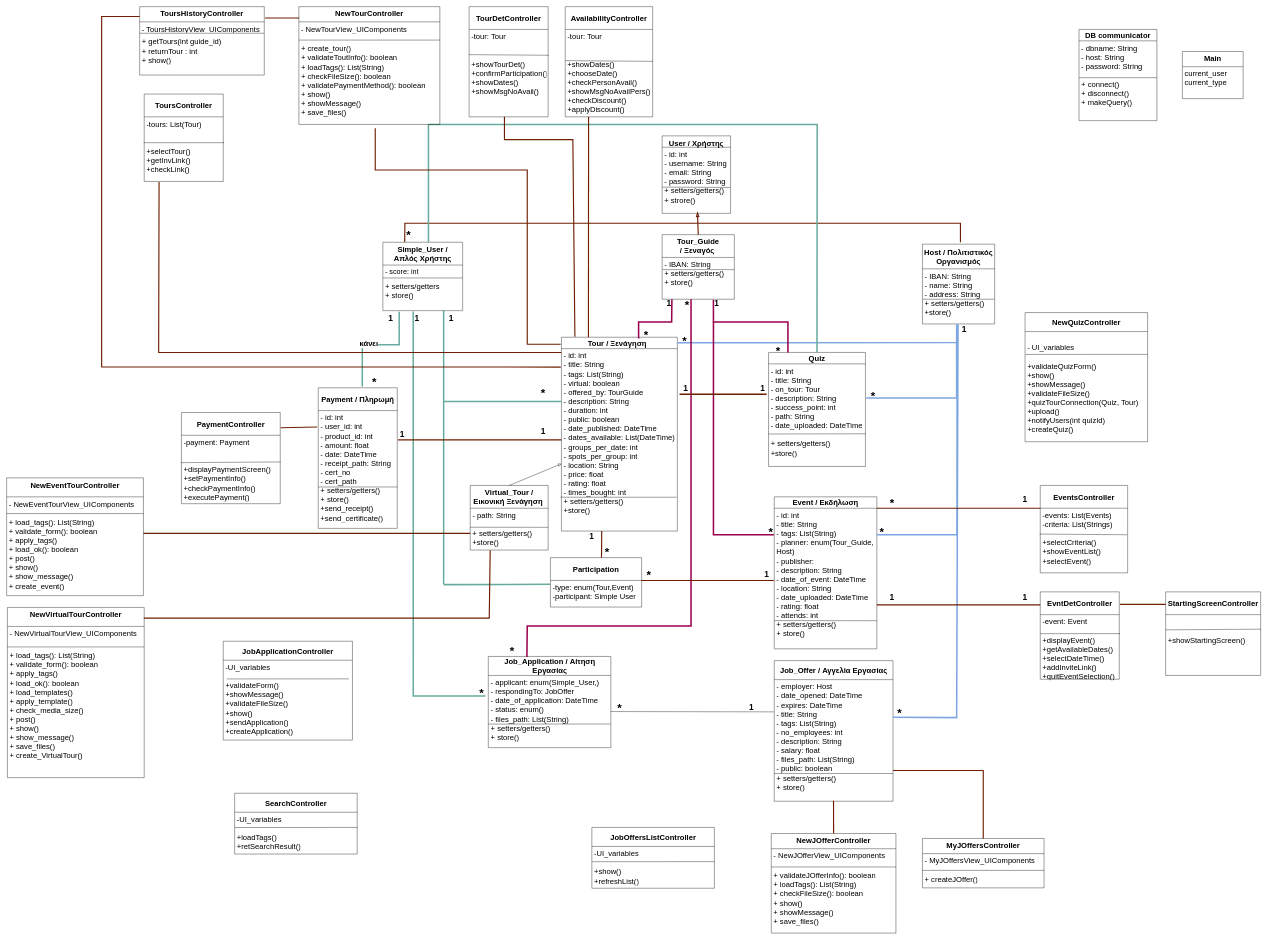
Above: Phase-4/TempFiles/Diagrams/Domain-Model-v0.3_final.drawio in sfikastheo/CEID-SoftwareEngineering-2023 (draw.io), before the change. Source tidied: cells renumbered, new cells numbered last; positions are measured from the earlier drawing's top-left corner, leaving out a move shared by most shapes. Both pictures are drawn from the tidied source at 38%, with x=0, y=0 at pixel (6, 6).
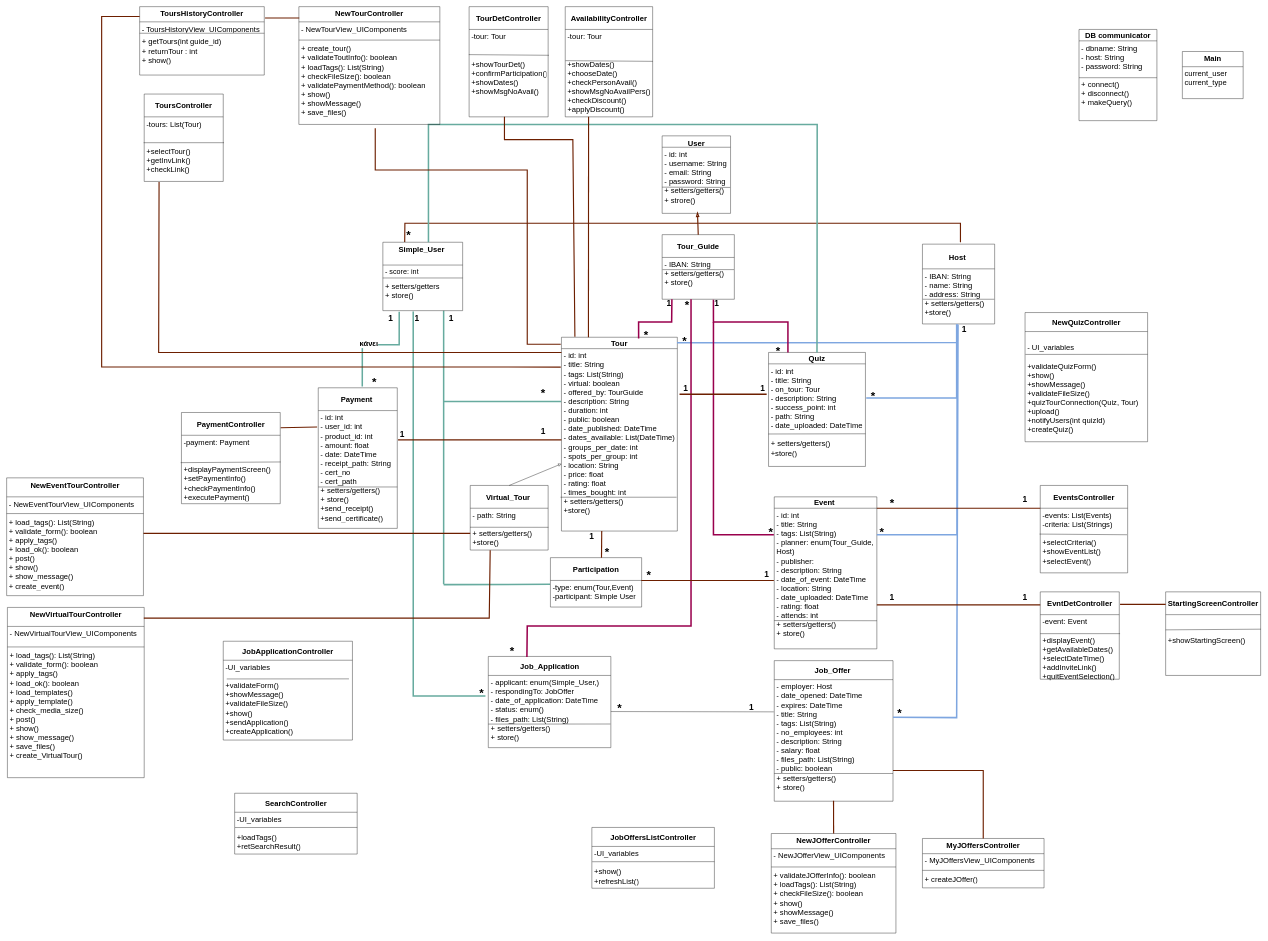
After the change.

Commit message (it also covers changes not shown here):
updated domain-model-v0.3-final

The edit, as a diff of the source:
```diff
@@
-    <mxCell id="3" value="User / Χρήστης" style="swimlane;fontStyle=1;align=center;verticalAlign=top;horizontal=1;startSize=30;rounded=0;shadow=0;strokeWidth=1;fontSize=20;" parent="1" vertex="1">
+    <mxCell id="3" value="User" style="swimlane;fontStyle=1;align=center;verticalAlign=top;horizontal=1;startSize=30;rounded=0;shadow=0;strokeWidth=1;fontSize=20;" parent="1" vertex="1">
       <mxGeometry x="1725" y="340" width="180" height="204" as="geometry" />
     </mxCell>
@@
-    <mxCell id="5" value="&lt;b style=&quot;font-size: 20px;&quot;&gt;Tour_Guide /&amp;nbsp;&lt;/b&gt;&lt;b style=&quot;border-color: var(--border-color);&quot;&gt;Ξεναγός&amp;nbsp;&lt;/b&gt;" style="swimlane;fontStyle=0;horizontal=1;startSize=60;whiteSpace=wrap;html=1;verticalAlign=middle;fontSize=20;" parent="1" vertex="1">
+    <mxCell id="5" value="&lt;b style=&quot;font-size: 20px;&quot;&gt;Tour_Guide&lt;/b&gt;" style="swimlane;fontStyle=0;horizontal=1;startSize=60;whiteSpace=wrap;html=1;verticalAlign=middle;fontSize=20;" parent="1" vertex="1">
       <mxGeometry x="1725" y="600" width="190" height="170" as="geometry" />
     </mxCell>
@@
-    <mxCell id="7" value="&lt;b style=&quot;border-color: var(--border-color);&quot;&gt;Host /&amp;nbsp;&lt;/b&gt;&lt;b style=&quot;font-size: 20px;&quot;&gt;Πολιτιστικός Οργανισμός&lt;/b&gt;" style="swimlane;fontStyle=0;horizontal=1;startSize=65;whiteSpace=wrap;html=1;verticalAlign=middle;fontSize=20;" parent="1" vertex="1">
+    <mxCell id="7" value="&lt;b style=&quot;border-color: var(--border-color);&quot;&gt;Host&amp;nbsp;&lt;/b&gt;" style="swimlane;fontStyle=0;horizontal=1;startSize=65;whiteSpace=wrap;html=1;verticalAlign=middle;fontSize=20;" parent="1" vertex="1">
       <mxGeometry x="2410" y="625" width="190" height="210" as="geometry" />
     </mxCell>
@@
-    <mxCell id="10" value="&lt;b style=&quot;border-color: var(--border-color);&quot;&gt;Payment /&amp;nbsp;&lt;/b&gt;&lt;b style=&quot;font-size: 20px;&quot;&gt;Πληρωμή&lt;/b&gt;" style="swimlane;fontStyle=0;horizontal=1;startSize=60;whiteSpace=wrap;html=1;verticalAlign=middle;fontSize=20;" parent="1" vertex="1">
+    <mxCell id="10" value="&lt;b style=&quot;border-color: var(--border-color);&quot;&gt;Payment&amp;nbsp;&lt;/b&gt;" style="swimlane;fontStyle=0;horizontal=1;startSize=60;whiteSpace=wrap;html=1;verticalAlign=middle;fontSize=20;" parent="1" vertex="1">
       <mxGeometry x="820" y="1003" width="208" height="370" as="geometry" />
     </mxCell>
@@
-    <mxCell id="13" value="&lt;b style=&quot;border-color: var(--border-color);&quot;&gt;Job_Offer /&amp;nbsp;&lt;/b&gt;&lt;b style=&quot;font-size: 20px;&quot;&gt;Αγγελία Εργασίας&lt;/b&gt;" style="swimlane;fontStyle=0;horizontal=1;startSize=50;whiteSpace=wrap;html=1;fontSize=20;" parent="1" vertex="1">
+    <mxCell id="13" value="&lt;b style=&quot;border-color: var(--border-color);&quot;&gt;Job_Offer&amp;nbsp;&lt;/b&gt;" style="swimlane;fontStyle=0;horizontal=1;startSize=50;whiteSpace=wrap;html=1;fontSize=20;" parent="1" vertex="1">
       <mxGeometry x="2020" y="1721" width="312.5" height="370" as="geometry" />
     </mxCell>
@@
-    <mxCell id="16" value="&lt;b style=&quot;border-color: var(--border-color);&quot;&gt;Job_Application /&amp;nbsp;&lt;/b&gt;&lt;b style=&quot;font-size: 20px;&quot;&gt;Αίτηση Εργασίας&lt;/b&gt;" style="swimlane;fontStyle=0;horizontal=1;startSize=50;whiteSpace=wrap;html=1;fontSize=20;" parent="1" vertex="1">
+    <mxCell id="16" value="&lt;b style=&quot;border-color: var(--border-color);&quot;&gt;Job_Application&lt;/b&gt;" style="swimlane;fontStyle=0;horizontal=1;startSize=50;whiteSpace=wrap;html=1;fontSize=20;" parent="1" vertex="1">
       <mxGeometry x="1267.5" y="1710" width="322.5" height="240" as="geometry" />
     </mxCell>
@@
-    <mxCell id="19" value="&lt;b style=&quot;font-size: 20px;&quot;&gt;Tour /&amp;nbsp;&lt;/b&gt;&lt;b style=&quot;border-color: var(--border-color);&quot;&gt;Ξενάγηση&amp;nbsp;&lt;/b&gt;&lt;b style=&quot;font-size: 20px;&quot;&gt;&amp;nbsp;&lt;/b&gt;" style="swimlane;fontStyle=0;horizontal=1;startSize=30;whiteSpace=wrap;html=1;fontSize=20;" parent="1" vertex="1">
+    <mxCell id="19" value="&lt;b style=&quot;font-size: 20px;&quot;&gt;Tour&lt;/b&gt;" style="swimlane;fontStyle=0;horizontal=1;startSize=30;whiteSpace=wrap;html=1;fontSize=20;" parent="1" vertex="1">
       <mxGeometry x="1460" y="870" width="305" height="510" as="geometry" />
     </mxCell>
@@
-    <mxCell id="22" value="&lt;b style=&quot;border-color: var(--border-color);&quot;&gt;Virtual_Tour /&lt;/b&gt;&lt;b style=&quot;font-size: 20px;&quot;&gt;Εικονική Ξενάγηση&amp;nbsp;&lt;/b&gt;" style="swimlane;fontStyle=0;horizontal=1;startSize=60;whiteSpace=wrap;html=1;fontSize=20;" parent="1" vertex="1">
+    <mxCell id="22" value="&lt;b style=&quot;border-color: var(--border-color);&quot;&gt;Virtual_Tour&amp;nbsp;&lt;/b&gt;" style="swimlane;fontStyle=0;horizontal=1;startSize=60;whiteSpace=wrap;html=1;fontSize=20;" parent="1" vertex="1">
       <mxGeometry x="1220" y="1260" width="205" height="170" as="geometry" />
     </mxCell>
@@
-    <mxCell id="24" value="&lt;b style=&quot;border-color: var(--border-color);&quot;&gt;Event /&amp;nbsp;&lt;/b&gt;&lt;b style=&quot;font-size: 20px;&quot;&gt;Εκδήλωση&lt;/b&gt;" style="swimlane;fontStyle=0;horizontal=1;startSize=30;whiteSpace=wrap;html=1;fontSize=20;" parent="1" vertex="1">
+    <mxCell id="24" value="&lt;b style=&quot;border-color: var(--border-color);&quot;&gt;Event&amp;nbsp;&lt;/b&gt;" style="swimlane;fontStyle=0;horizontal=1;startSize=30;whiteSpace=wrap;html=1;fontSize=20;" parent="1" vertex="1">
       <mxGeometry x="2020" y="1290" width="270" height="400" as="geometry" />
     </mxCell>
@@
-    <mxCell id="72" value="&lt;b style=&quot;border-color: var(--border-color);&quot;&gt;&lt;font style=&quot;font-size: 20px;&quot;&gt;Simple_User / &lt;br&gt;Απλός Χρήστης&lt;/font&gt;&lt;/b&gt;" style="swimlane;fontStyle=1;align=center;verticalAlign=top;horizontal=1;startSize=60;whiteSpace=wrap;html=1;" parent="1" vertex="1">
+    <mxCell id="72" value="&lt;b style=&quot;border-color: var(--border-color);&quot;&gt;&lt;font style=&quot;font-size: 20px;&quot;&gt;Simple_User&amp;nbsp;&lt;br&gt;&lt;/font&gt;&lt;/b&gt;" style="swimlane;fontStyle=1;align=center;verticalAlign=top;horizontal=1;startSize=60;whiteSpace=wrap;html=1;" parent="1" vertex="1">
       <mxGeometry x="990" y="620" width="210" height="180" as="geometry" />
     </mxCell>
```
